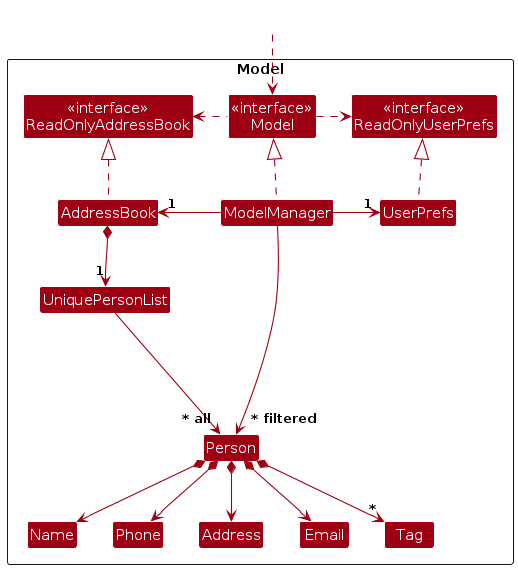
This is diagrams/ModelClassDiagram.png from AY2627S1-CS2103T-F14-2/tp, a PlantUML export, as it was before one commit. Its source is kept beside it as diagrams/ModelClassDiagram.puml.
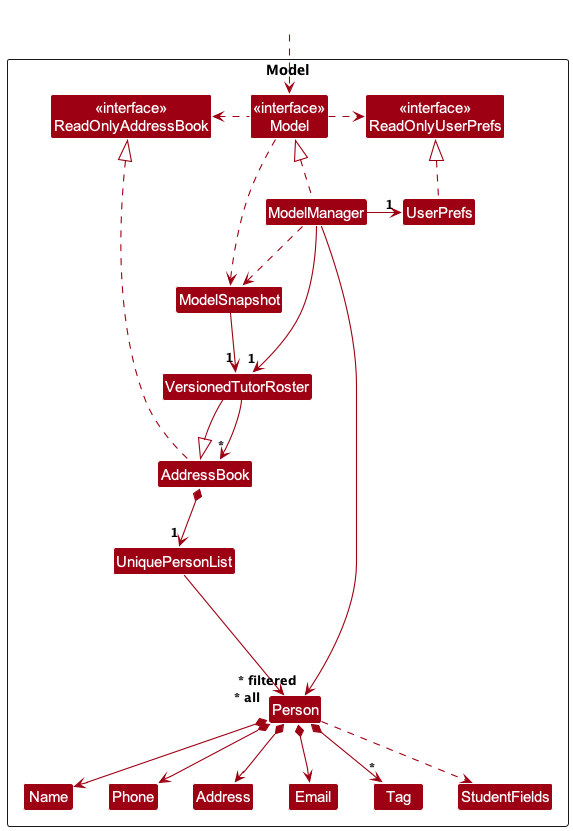
After the commit.

Diff of the diagram source:
```diff
@@ -9,11 +9,18 @@
 Class "<<interface>>\nReadOnlyUserPrefs" as ReadOnlyUserPrefs
 Class "<<interface>>\nModel" as Model
 Class AddressBook
+Class VersionedTutorRoster
 Class ModelManager
 Class UserPrefs
+Class ModelSnapshot
 
 Class UniquePersonList
-Class Person
+Class Person {
+    - subjects: List<String>
+    - level: String
+    - notes: String
+}
+Class StudentFields
 Class Address
 Class Email
 Class Name
@@ -31,9 +38,15 @@
 ModelManager .up.|> Model
 Model .right.> ReadOnlyUserPrefs
 Model .left.> ReadOnlyAddressBook
-ModelManager -left-> "1" AddressBook
+Model .down.> ModelSnapshot
+ModelManager -left-> "1" VersionedTutorRoster
+VersionedTutorRoster --|> AddressBook
+VersionedTutorRoster --> "*" AddressBook
 ModelManager -right-> "1" UserPrefs
 UserPrefs .up.|> ReadOnlyUserPrefs
+
+ModelManager ..> ModelSnapshot
+ModelSnapshot --> "1" VersionedTutorRoster
 
 AddressBook *--> "1" UniquePersonList
 UniquePersonList --> "~* all" Person
@@ -42,6 +55,7 @@
 Person *--> Email
 Person *--> Address
 Person *--> "*" Tag
+Person ..> StudentFields
 
 Person -[hidden]up--> I
 UniquePersonList -[hidden]right-> I
@@ -49,6 +63,8 @@
 Name -[hidden]right-> Phone
 Phone -[hidden]right-> Address
 Address -[hidden]right-> Email
+Email -[hidden]right-> Tag
+Tag -[hidden]right-> StudentFields
 
 ModelManager --> "~* filtered" Person
 @enduml
```
